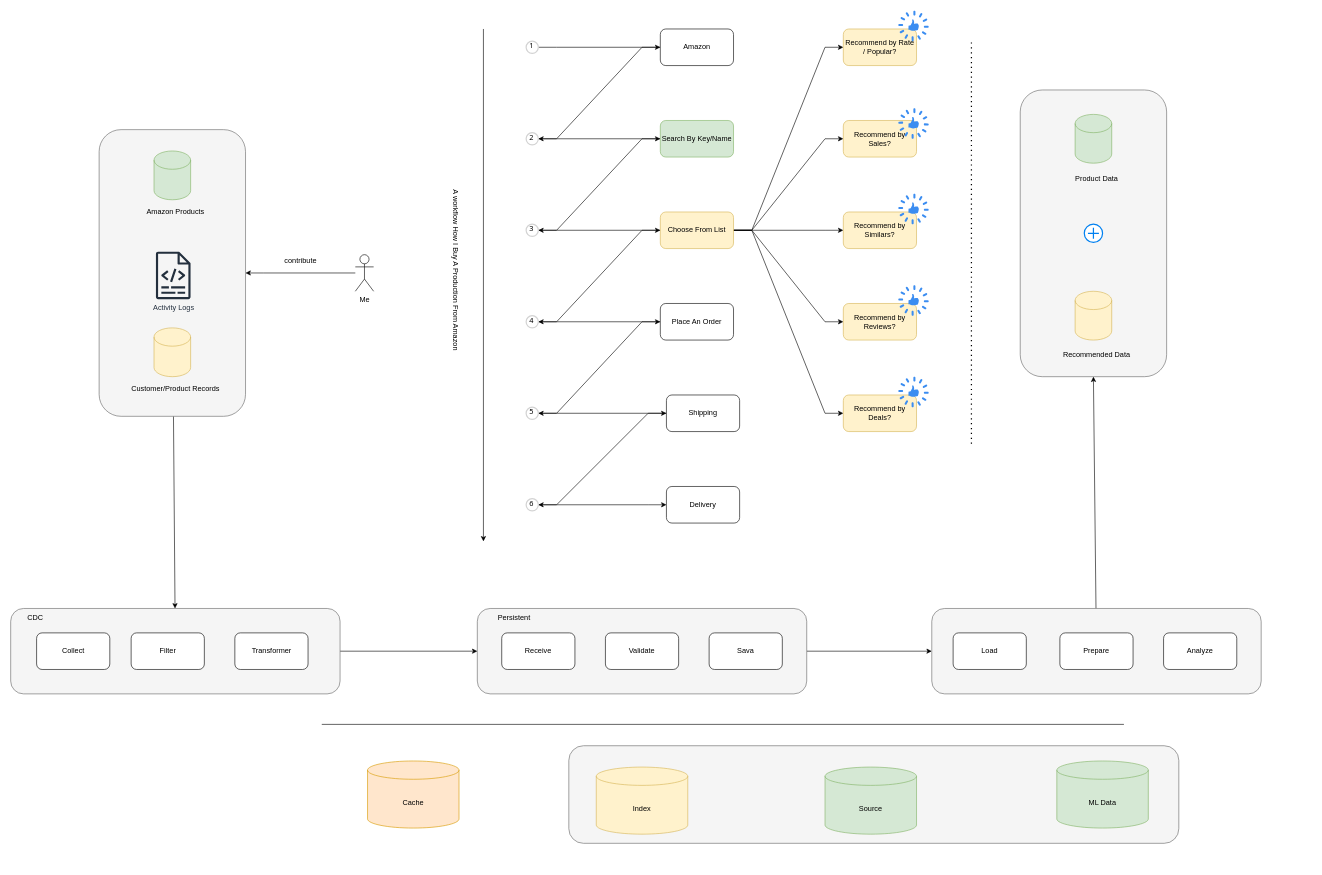
This is Recommend_use_cases.drawio from jiangtao7/draw.io, a draw.io file, before an edit. Source tidied: cells renumbered, new cells numbered last; positions are measured from the earlier drawing's top-left corner, leaving out a move shared by most shapes. Both pictures are drawn from the tidied source at 61%, with x=0, y=0 at pixel (10, 10).
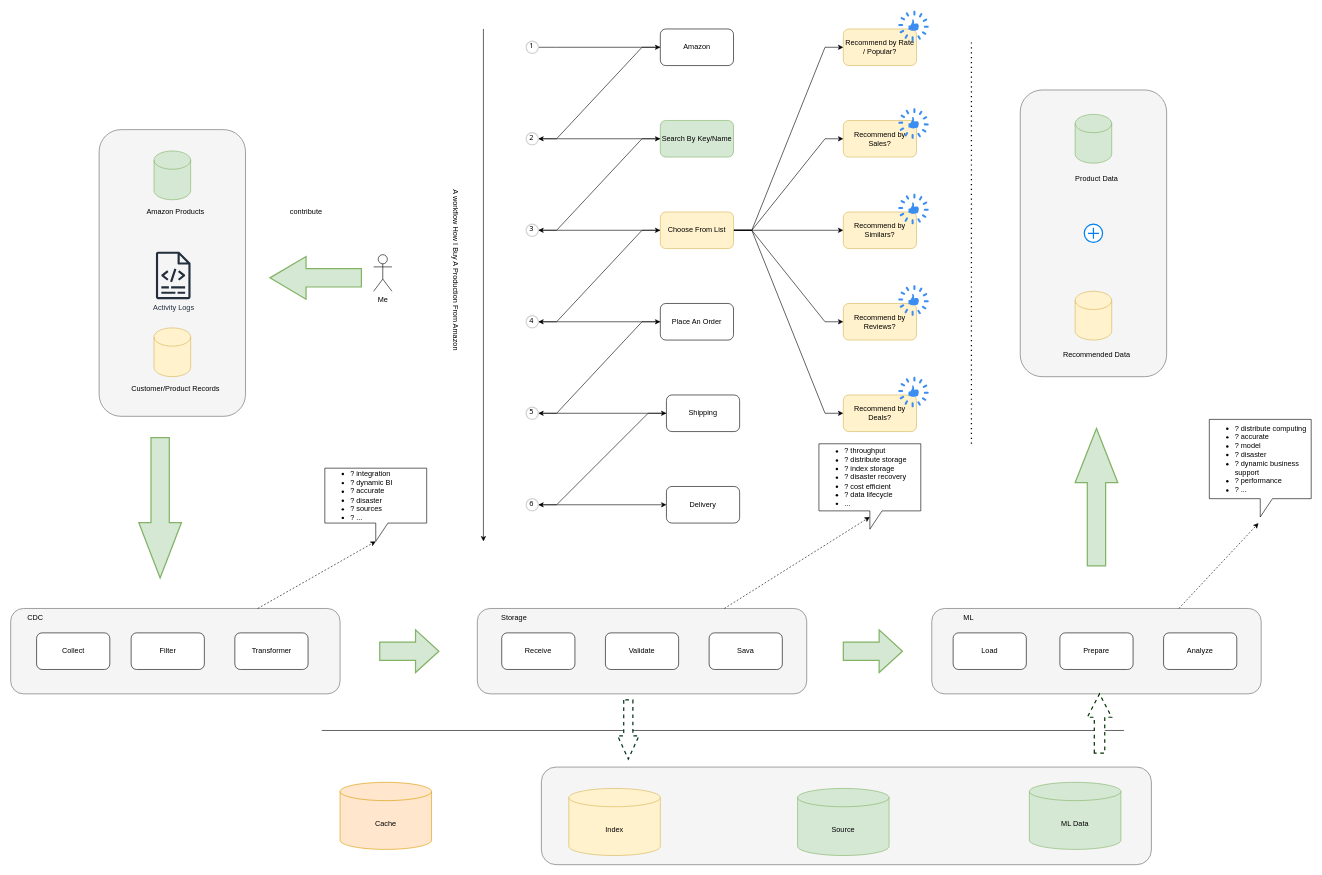
The same diagram, later.

Unchanged cells that the change refers to:
```xml
<mxCell id="4" style="rounded=1;whiteSpace=wrap;html=1;fillColor=#f5f5f5;fontColor=#333333;strokeColor=#666666;" parent="1" vertex="1">
  <mxGeometry x="1510" y="980" width="540" height="140" as="geometry" />
</mxCell>
<mxCell id="6" style="rounded=1;whiteSpace=wrap;html=1;fillColor=#f5f5f5;fontColor=#333333;strokeColor=#666666;" parent="1" vertex="1">
  <mxGeometry x="765" y="980" width="540" height="140" as="geometry" />
</mxCell>
<mxCell id="8" style="rounded=1;whiteSpace=wrap;html=1;fillColor=#f5f5f5;fontColor=#333333;strokeColor=#666666;" parent="1" vertex="1">
  <mxGeometry y="980" width="540" height="140" as="geometry" />
</mxCell>
<mxCell id="9" style="rounded=1;whiteSpace=wrap;html=1;fillColor=#f5f5f5;fontColor=#333333;strokeColor=#666666;" parent="1" vertex="1">
  <mxGeometry x="1655" y="130" width="240" height="470" as="geometry" />
</mxCell>
<mxCell id="11" style="rounded=1;whiteSpace=wrap;html=1;fillColor=#f5f5f5;fontColor=#333333;strokeColor=#666666;" parent="1" vertex="1">
  <mxGeometry x="145" y="195" width="240" height="470" as="geometry" />
</mxCell>
```

What changed in the source:
```diff
@@
     <mxCell id="2" style="rounded=1;whiteSpace=wrap;html=1;fillColor=#f5f5f5;fontColor=#333333;strokeColor=#666666;" parent="1" vertex="1">
-      <mxGeometry x="915" y="1205" width="1000" height="160" as="geometry" />
+      <mxGeometry x="870" y="1240" width="1000" height="160" as="geometry" />
     </mxCell>
-    <mxCell id="3" style="edgeStyle=none;rounded=0;jettySize=auto;html=1;entryX=0.5;entryY=1;entryDx=0;entryDy=0;" parent="1" edge="1" source="4" target="9">
-      <mxGeometry relative="1" as="geometry" />
-    </mxCell>
@@
-    <mxCell id="5" style="edgeStyle=none;rounded=0;jettySize=auto;html=1;" parent="1" edge="1" source="6" target="4">
-      <mxGeometry relative="1" as="geometry" />
-    </mxCell>
@@
-    <mxCell id="7" style="edgeStyle=none;rounded=0;jettySize=auto;html=1;entryX=0;entryY=0.5;entryDx=0;entryDy=0;" parent="1" edge="1" source="8" target="6">
-      <mxGeometry relative="1" as="geometry" />
-    </mxCell>
@@
-    <mxCell id="10" style="edgeStyle=none;rounded=0;jettySize=auto;html=1;" parent="1" edge="1" source="11" target="8">
-      <mxGeometry relative="1" as="geometry" />
-    </mxCell>
@@
     <mxCell id="12" value="Me" style="shape=umlActor;verticalLabelPosition=bottom;verticalAlign=top;html=1;outlineConnect=0;" parent="1" vertex="1">
-      <mxGeometry x="565" y="400" width="30" height="60" as="geometry" />
+      <mxGeometry x="595" y="400" width="30" height="60" as="geometry" />
     </mxCell>
@@
-    <mxCell id="63" style="edgeStyle=entityRelationEdgeStyle;rounded=0;jettySize=auto;html=1;entryX=1;entryY=0.5;entryDx=0;entryDy=0;" parent="1" edge="1" source="12" target="11">
-      <mxGeometry relative="1" as="geometry" />
-    </mxCell>
     <mxCell id="64" value="contribute" style="text;html=1;align=center;verticalAlign=middle;strokeColor=none;fillColor=none;" parent="1" vertex="1">
-      <mxGeometry x="435" y="395" width="80" height="30" as="geometry" />
+      <mxGeometry x="443.5" y="315" width="80" height="30" as="geometry" />
     </mxCell>
@@
-    <mxCell id="75" value="Persistent" style="text;html=1;align=center;verticalAlign=middle;strokeColor=none;fillColor=none;" parent="1" vertex="1">
-      <mxGeometry x="785" y="980" width="80" height="30" as="geometry" />
+    <mxCell id="75" value="Storage" style="text;html=1;align=center;verticalAlign=middle;strokeColor=none;fillColor=none;" parent="1" vertex="1">
+      <mxGeometry x="790" y="980" width="70" height="30" as="geometry" />
     </mxCell>
     <mxCell id="76" value="Index" style="shape=cylinder3;whiteSpace=wrap;html=1;boundedLbl=1;backgroundOutline=1;size=15;fillColor=#fff2cc;strokeColor=#d6b656;" parent="1" vertex="1">
-      <mxGeometry x="960" y="1240" width="150" height="110" as="geometry" />
+      <mxGeometry x="915" y="1275" width="150" height="110" as="geometry" />
     </mxCell>
     <mxCell id="77" value="Source" style="shape=cylinder3;whiteSpace=wrap;html=1;boundedLbl=1;backgroundOutline=1;size=15;fillColor=#d5e8d4;strokeColor=#82b366;" parent="1" vertex="1">
-      <mxGeometry x="1335" y="1240" width="150" height="110" as="geometry" />
+      <mxGeometry x="1290" y="1275" width="150" height="110" as="geometry" />
     </mxCell>
     <mxCell id="78" value="ML Data" style="shape=cylinder3;whiteSpace=wrap;html=1;boundedLbl=1;backgroundOutline=1;size=15;fillColor=#d5e8d4;strokeColor=#82b366;" parent="1" vertex="1">
-      <mxGeometry x="1715" y="1230" width="150" height="110" as="geometry" />
+      <mxGeometry x="1670" y="1265" width="150" height="110" as="geometry" />
     </mxCell>
     <mxCell id="79" style="endArrow=none;html=1;rounded=0;" parent="1" edge="1">
       <mxGeometry relative="1" as="geometry">
-        <mxPoint x="510" y="1170" as="sourcePoint" />
-        <mxPoint x="1825" y="1170" as="targetPoint" />
+        <mxPoint x="510" y="1180" as="sourcePoint" />
+        <mxPoint x="1825" y="1180" as="targetPoint" />
       </mxGeometry>
     </mxCell>
     <mxCell id="80" value="Cache" style="shape=cylinder3;whiteSpace=wrap;html=1;boundedLbl=1;backgroundOutline=1;size=15;fillColor=#ffe6cc;strokeColor=#d79b00;" parent="1" vertex="1">
-      <mxGeometry x="585" y="1230" width="150" height="110" as="geometry" />
+      <mxGeometry x="540" y="1265" width="150" height="110" as="geometry" />
     </mxCell>
@@
+    <mxCell id="82" value="ML" style="text;html=1;align=center;verticalAlign=middle;strokeColor=none;fillColor=none;" parent="1" vertex="1">
+      <mxGeometry x="1550" y="980" width="40" height="30" as="geometry" />
+    </mxCell>
+    <mxCell id="83" value="&lt;ul&gt;&lt;li&gt;? integration&lt;/li&gt;&lt;li&gt;? dynamic BI&lt;/li&gt;&lt;li&gt;? accurate&lt;/li&gt;&lt;li&gt;? disaster&lt;/li&gt;&lt;li&gt;? sources&lt;/li&gt;&lt;li&gt;? ...&lt;/li&gt;&lt;/ul&gt;" style="shape=callout;whiteSpace=wrap;html=1;perimeter=calloutPerimeter;align=left;" parent="1" vertex="1">
+      <mxGeometry x="515" y="750" width="167" height="120" as="geometry" />
+    </mxCell>
+    <mxCell id="84" style="rounded=0;jettySize=auto;html=1;exitX=0.75;exitY=0;exitDx=0;exitDy=0;entryX=0;entryY=0;entryDx=83.5;entryDy=120;entryPerimeter=0;dashed=1;" parent="1" edge="1" source="8" target="83">
+      <mxGeometry relative="1" as="geometry" />
+    </mxCell>
+    <mxCell id="85" value="&lt;ul&gt;&lt;li&gt;? throughput&lt;/li&gt;&lt;li&gt;? distribute storage&lt;/li&gt;&lt;li&gt;? index storage&lt;/li&gt;&lt;li&gt;? disaster recovery&lt;/li&gt;&lt;li&gt;? cost efficient&lt;/li&gt;&lt;li&gt;? data lifecycle&lt;/li&gt;&lt;li&gt;...&lt;/li&gt;&lt;/ul&gt;" style="shape=callout;whiteSpace=wrap;html=1;perimeter=calloutPerimeter;align=left;" parent="1" vertex="1">
+      <mxGeometry x="1325" y="710" width="167" height="140" as="geometry" />
+    </mxCell>
+    <mxCell id="86" style="rounded=0;jettySize=auto;html=1;exitX=0.75;exitY=0;exitDx=0;exitDy=0;entryX=0;entryY=0;entryDx=83.5;entryDy=120;entryPerimeter=0;dashed=1;" parent="1" edge="1" source="6" target="85">
+      <mxGeometry relative="1" as="geometry" />
+    </mxCell>
+    <mxCell id="87" value="&lt;ul&gt;&lt;li&gt;? distribute computing&lt;/li&gt;&lt;li&gt;? accurate&lt;/li&gt;&lt;li&gt;? model&lt;/li&gt;&lt;li&gt;? disaster&lt;/li&gt;&lt;li&gt;? dynamic business support&lt;/li&gt;&lt;li&gt;? performance&lt;/li&gt;&lt;li&gt;? ...&lt;/li&gt;&lt;/ul&gt;" style="shape=callout;whiteSpace=wrap;html=1;perimeter=calloutPerimeter;align=left;" parent="1" vertex="1">
+      <mxGeometry x="1965" y="670" width="167" height="160" as="geometry" />
+    </mxCell>
+    <mxCell id="88" style="rounded=0;jettySize=auto;html=1;exitX=0.75;exitY=0;exitDx=0;exitDy=0;entryX=0.483;entryY=1.063;entryDx=0;entryDy=0;entryPerimeter=0;dashed=1;" parent="1" edge="1" source="4" target="87">
+      <mxGeometry relative="1" as="geometry" />
+    </mxCell>
+    <mxCell id="89" style="shape=mxgraph.arrows.arrow_left;html=1;verticalLabelPosition=bottom;verticalAlign=top;strokeWidth=2;strokeColor=#82b366;fillColor=#d5e8d4;" parent="1" vertex="1">
+      <mxGeometry x="425" y="403" width="150" height="70" as="geometry" />
+    </mxCell>
+    <mxCell id="90" style="shape=mxgraph.arrows.arrow_down;html=1;verticalLabelPosition=bottom;verticalAlign=top;strokeWidth=2;strokeColor=#82b366;fillColor=#d5e8d4;" parent="1" vertex="1">
+      <mxGeometry x="210" y="700" width="70" height="230" as="geometry" />
+    </mxCell>
+    <mxCell id="91" style="shape=mxgraph.arrows.arrow_right;html=1;verticalLabelPosition=bottom;verticalAlign=top;strokeWidth=2;strokeColor=#82b366;fillColor=#d5e8d4;" parent="1" vertex="1">
+      <mxGeometry x="605" y="1015" width="97" height="70" as="geometry" />
+    </mxCell>
+    <mxCell id="92" style="shape=mxgraph.arrows.arrow_right;html=1;verticalLabelPosition=bottom;verticalAlign=top;strokeWidth=2;strokeColor=#82b366;fillColor=#d5e8d4;" parent="1" vertex="1">
+      <mxGeometry x="1365" y="1015" width="97" height="70" as="geometry" />
+    </mxCell>
+    <mxCell id="93" style="shape=mxgraph.arrows.arrow_up;html=1;verticalLabelPosition=bottom;verticalAlign=top;strokeWidth=2;strokeColor=#82b366;fillColor=#d5e8d4;" parent="1" vertex="1">
+      <mxGeometry x="1745" y="685" width="70" height="225" as="geometry" />
+    </mxCell>
+    <mxCell id="94" style="shape=mxgraph.arrows.arrow_down;html=1;verticalLabelPosition=bottom;verticalAlign=top;strokeWidth=2;strokeColor=#00331A;dashed=1;" parent="1" vertex="1">
+      <mxGeometry x="995" y="1130" width="35" height="97" as="geometry" />
+    </mxCell>
+    <mxCell id="95" style="shape=mxgraph.arrows.arrow_up;html=1;verticalLabelPosition=bottom;verticalAlign=top;strokeWidth=2;strokeColor=#003300;dashed=1;" parent="1" vertex="1">
+      <mxGeometry x="1765" y="1120" width="40" height="97" as="geometry" />
+    </mxCell>
```
